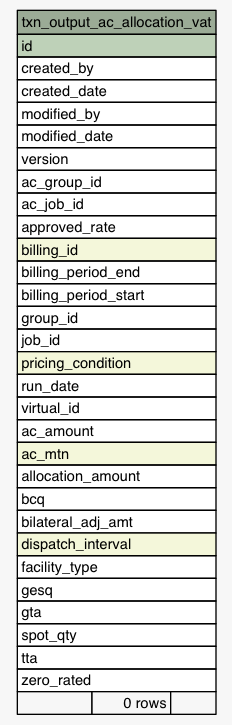
This is Data/settlement/diagrams/summary/txn_output_ac_allocation_vat.1degree.png from eyana-m/python-data-dictionary-writer, a Graphviz export, as it was before one commit. Its source is kept beside it as Data/settlement/diagrams/summary/txn_output_ac_allocation_vat.1degree.dot.
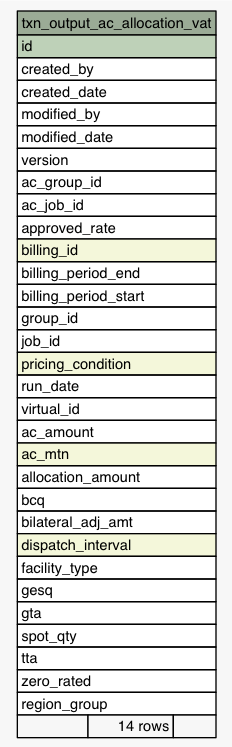
After the commit.

The edit, as a diff of the source:
```diff
@@ -48,7 +48,8 @@
       <TR><TD PORT="spot_qty" COLSPAN="3" ALIGN="LEFT">spot_qty</TD></TR>
       <TR><TD PORT="tta" COLSPAN="3" ALIGN="LEFT">tta</TD></TR>
       <TR><TD PORT="zero_rated" COLSPAN="3" ALIGN="LEFT">zero_rated</TD></TR>
-      <TR><TD ALIGN="LEFT" BGCOLOR="#f7f7f7">  </TD><TD ALIGN="RIGHT" BGCOLOR="#f7f7f7">0 rows</TD><TD ALIGN="RIGHT" BGCOLOR="#f7f7f7">  </TD></TR>
+      <TR><TD PORT="region_group" COLSPAN="3" ALIGN="LEFT">region_group</TD></TR>
+      <TR><TD ALIGN="LEFT" BGCOLOR="#f7f7f7">  </TD><TD ALIGN="RIGHT" BGCOLOR="#f7f7f7">14 rows</TD><TD ALIGN="RIGHT" BGCOLOR="#f7f7f7">  </TD></TR>
     </TABLE>>
     URL="tables/txn_output_ac_allocation_vat.html"
     tooltip="txn_output_ac_allocation_vat"
```
